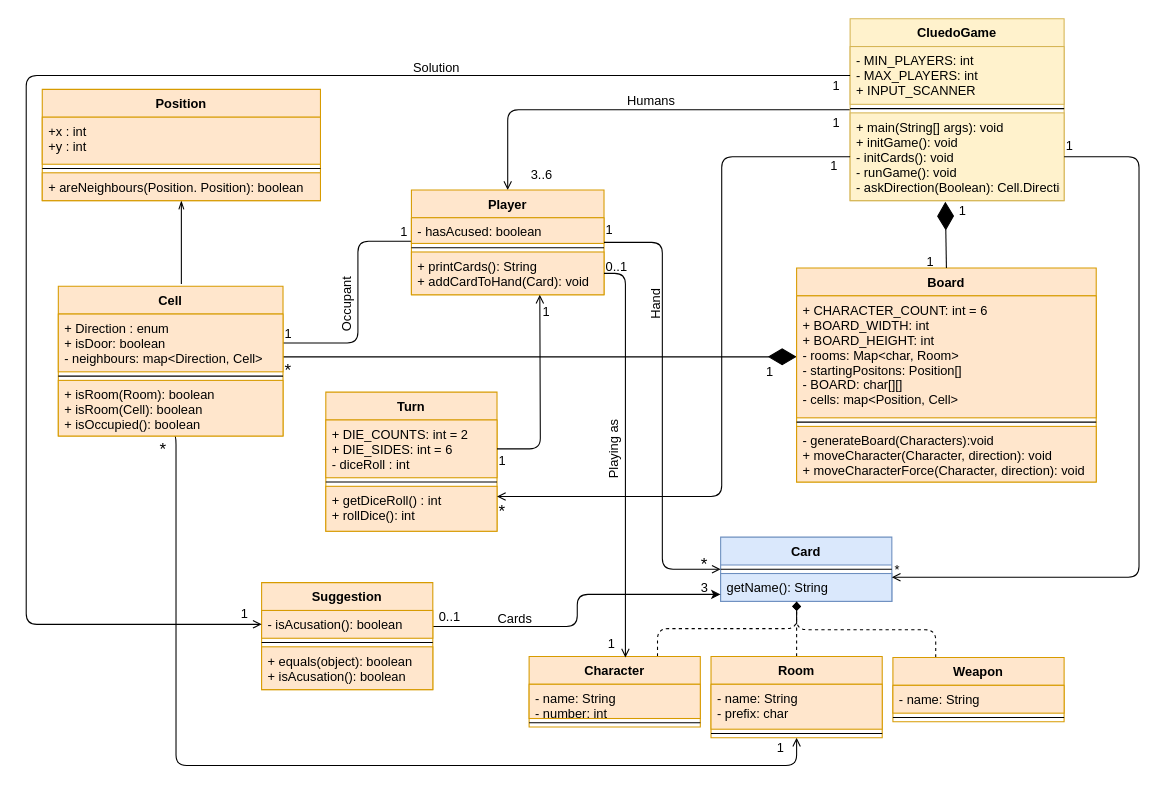
The draw.io diagram Untitled Diagram.drawio in BIOS9/SWEN225Assig1, before the edit. Source tidied: cells renumbered, new cells numbered last; positions are measured from the earlier drawing's top-left corner, leaving out a move shared by most shapes. Both pictures are drawn from the tidied source at 107%, with x=0, y=0 at pixel (26, 18).
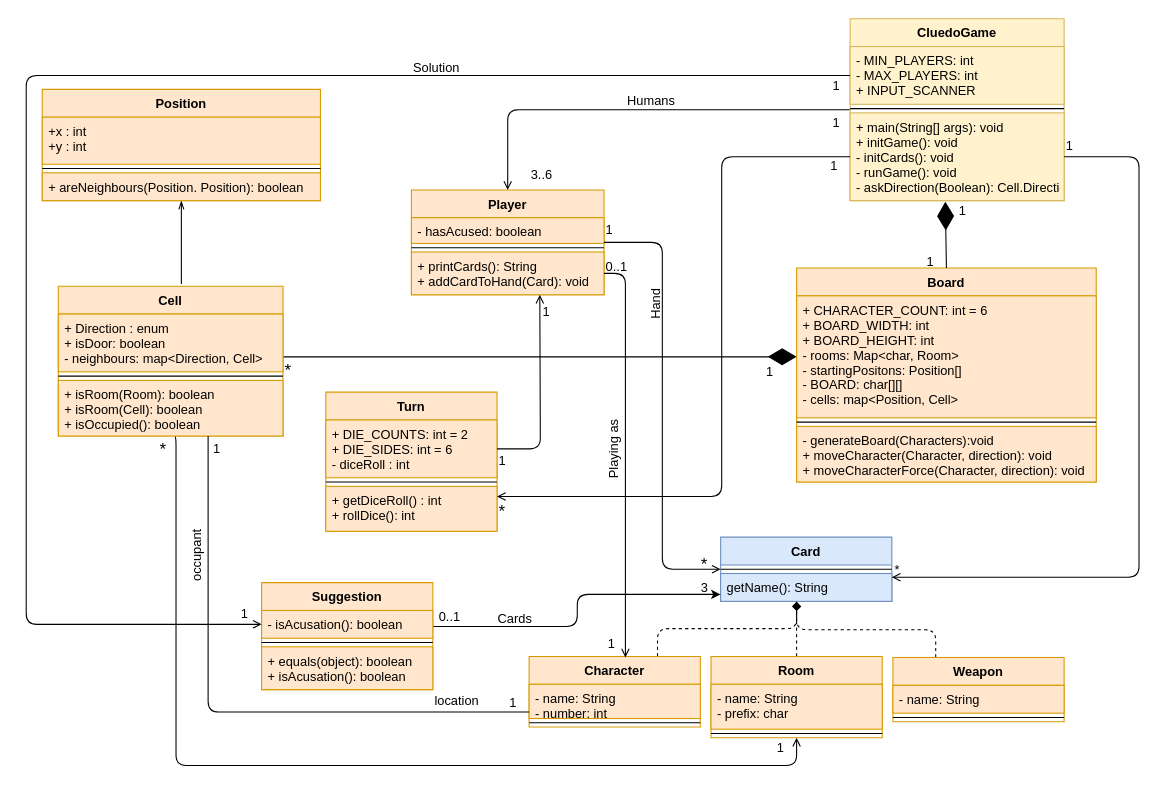
The same page after the edit.

The change refers to these unchanged cells:
```xml
<mxCell id="16" value="- hasAcused: boolean&#10;" style="text;strokeColor=#d79b00;fillColor=#ffe6cc;align=left;verticalAlign=top;spacingLeft=4;spacingRight=4;overflow=hidden;points=[[0,0.5],[1,0.5]];portConstraint=eastwest;" parent="15" vertex="1">
  <mxGeometry y="26" width="180" height="24" as="geometry" />
</mxCell>
<mxCell id="20" value="+ Direction : enum&#10;+ isDoor: boolean&#10;- neighbours: map&lt;Direction, Cell&gt;&#10;" style="text;strokeColor=#d79b00;fillColor=#ffe6cc;align=left;verticalAlign=top;spacingLeft=4;spacingRight=4;overflow=hidden;points=[[0,0.5],[1,0.5]];portConstraint=eastwest;" parent="19" vertex="1">
  <mxGeometry y="26" width="210" height="54" as="geometry" />
</mxCell>
<mxCell id="22" value="+ isRoom(Room): boolean&#10;+ isRoom(Cell): boolean&#10;+ isOccupied(): boolean&#10;" style="text;strokeColor=#d79b00;fillColor=#ffe6cc;align=left;verticalAlign=top;spacingLeft=4;spacingRight=4;overflow=hidden;points=[[0,0.5],[1,0.5]];portConstraint=eastwest;" parent="19" vertex="1">
  <mxGeometry y="88" width="210" height="52" as="geometry" />
</mxCell>
```

Change to the diagram source:
```diff
@@
-    <mxCell id="2" style="edgeStyle=orthogonalEdgeStyle;rounded=1;jettySize=auto;html=1;entryX=0.063;entryY=0.5;entryDx=0;entryDy=0;entryPerimeter=0;startArrow=none;startFill=0;endArrow=none;endFill=0;" parent="1" edge="1" source="20" target="16">
-      <mxGeometry relative="1" as="geometry">
-        <Array as="points">
-          <mxPoint x="310" y="303" />
-          <mxPoint x="310" y="208" />
-          <mxPoint x="390" y="208" />
-        </Array>
-      </mxGeometry>
-    </mxCell>
@@
-    <mxCell id="73" value="Occupant" style="text;html=1;align=left;verticalAlign=top;spacingTop=-4;rotation=-90;" parent="1" vertex="1">
-      <mxGeometry x="265" y="249.5" width="70" height="20" as="geometry" />
-    </mxCell>
-    <mxCell id="74" value="1" style="text;html=1;align=left;verticalAlign=top;spacingTop=-4;" parent="1" vertex="1">
-      <mxGeometry x="240" y="285" width="20" height="20" as="geometry" />
-    </mxCell>
-    <mxCell id="75" value="1" style="text;html=1;align=left;verticalAlign=top;spacingTop=-4;" parent="1" vertex="1">
-      <mxGeometry x="348" y="190" width="20" height="20" as="geometry" />
-    </mxCell>
@@
+    <mxCell id="88" style="edgeStyle=orthogonalEdgeStyle;rounded=1;jettySize=auto;html=1;startArrow=none;startFill=0;endArrow=none;endFill=0;fontSize=12;" parent="1" edge="1" source="22">
+      <mxGeometry relative="1" as="geometry">
+        <mxPoint x="470" y="648" as="targetPoint" />
+        <Array as="points">
+          <mxPoint x="170" y="648" />
+          <mxPoint x="470" y="648" />
+        </Array>
+      </mxGeometry>
+    </mxCell>
+    <mxCell id="89" value="1" style="text;html=1;align=left;verticalAlign=top;spacingTop=-4;fontSize=12;" parent="1" vertex="1">
+      <mxGeometry x="173" y="392" width="20" height="20" as="geometry" />
+    </mxCell>
+    <mxCell id="90" value="1" style="text;html=1;align=left;verticalAlign=top;spacingTop=-4;fontSize=12;" parent="1" vertex="1">
+      <mxGeometry x="450" y="630" width="20" height="20" as="geometry" />
+    </mxCell>
+    <mxCell id="91" value="occupant" style="text;html=1;align=left;verticalAlign=top;spacingTop=-4;fontSize=12;rotation=-90;" parent="1" vertex="1">
+      <mxGeometry x="130" y="488" width="60" height="20" as="geometry" />
+    </mxCell>
+    <mxCell id="92" value="location" style="text;html=1;align=left;verticalAlign=top;spacingTop=-4;fontSize=12;" parent="1" vertex="1">
+      <mxGeometry x="380" y="628" width="60" height="20" as="geometry" />
+    </mxCell>
```
